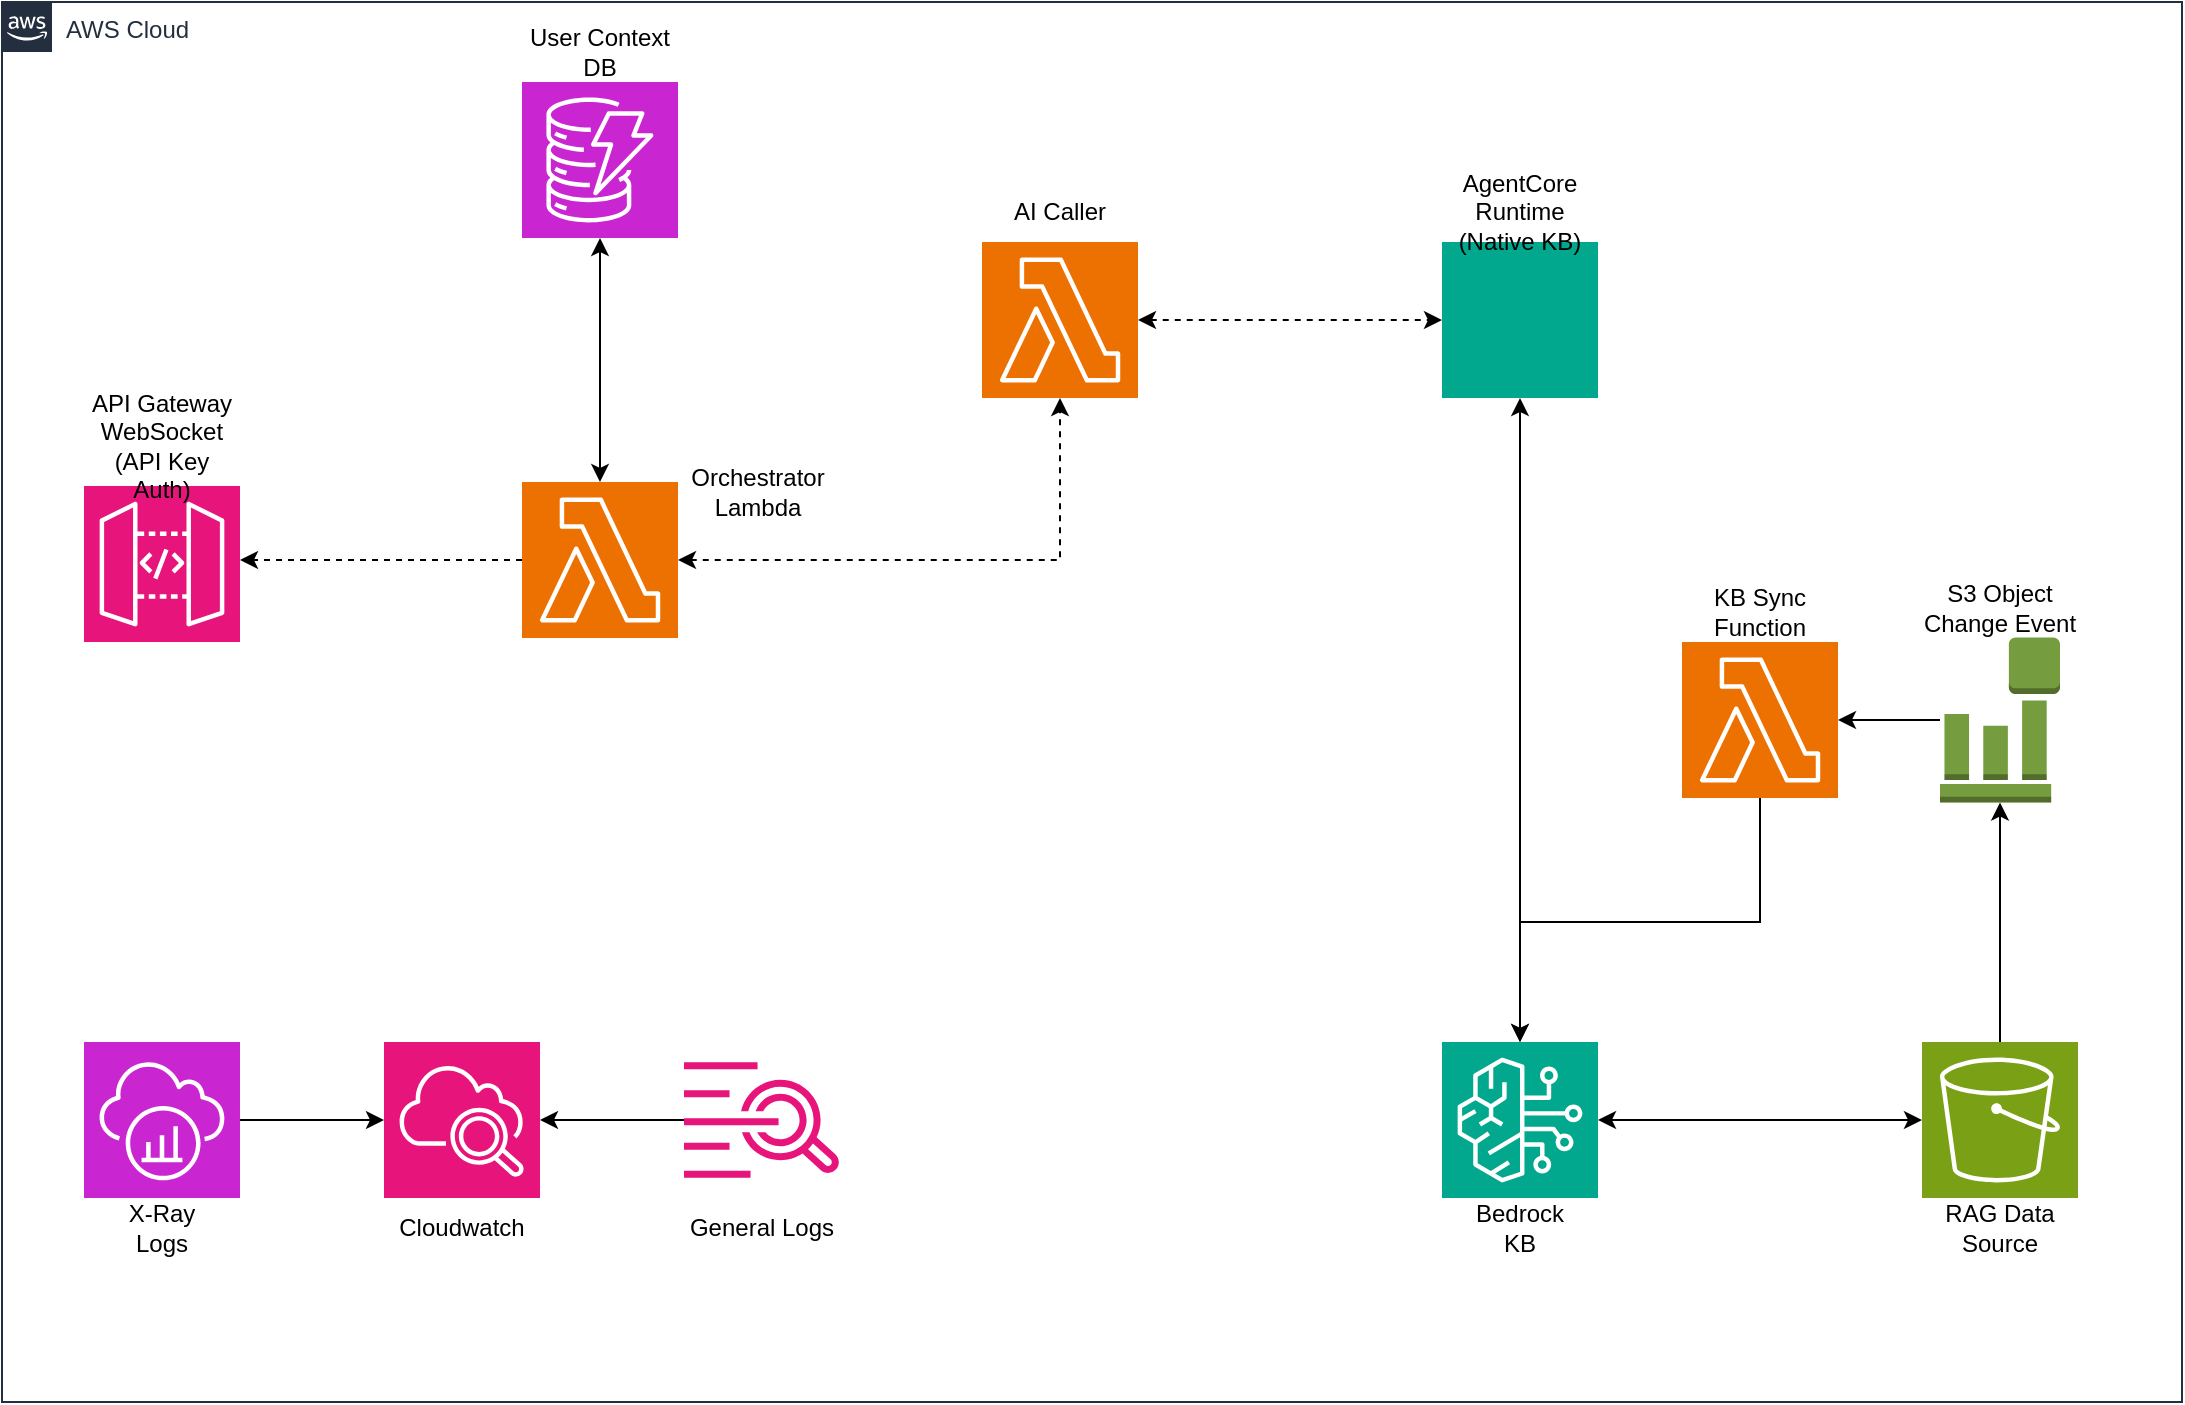
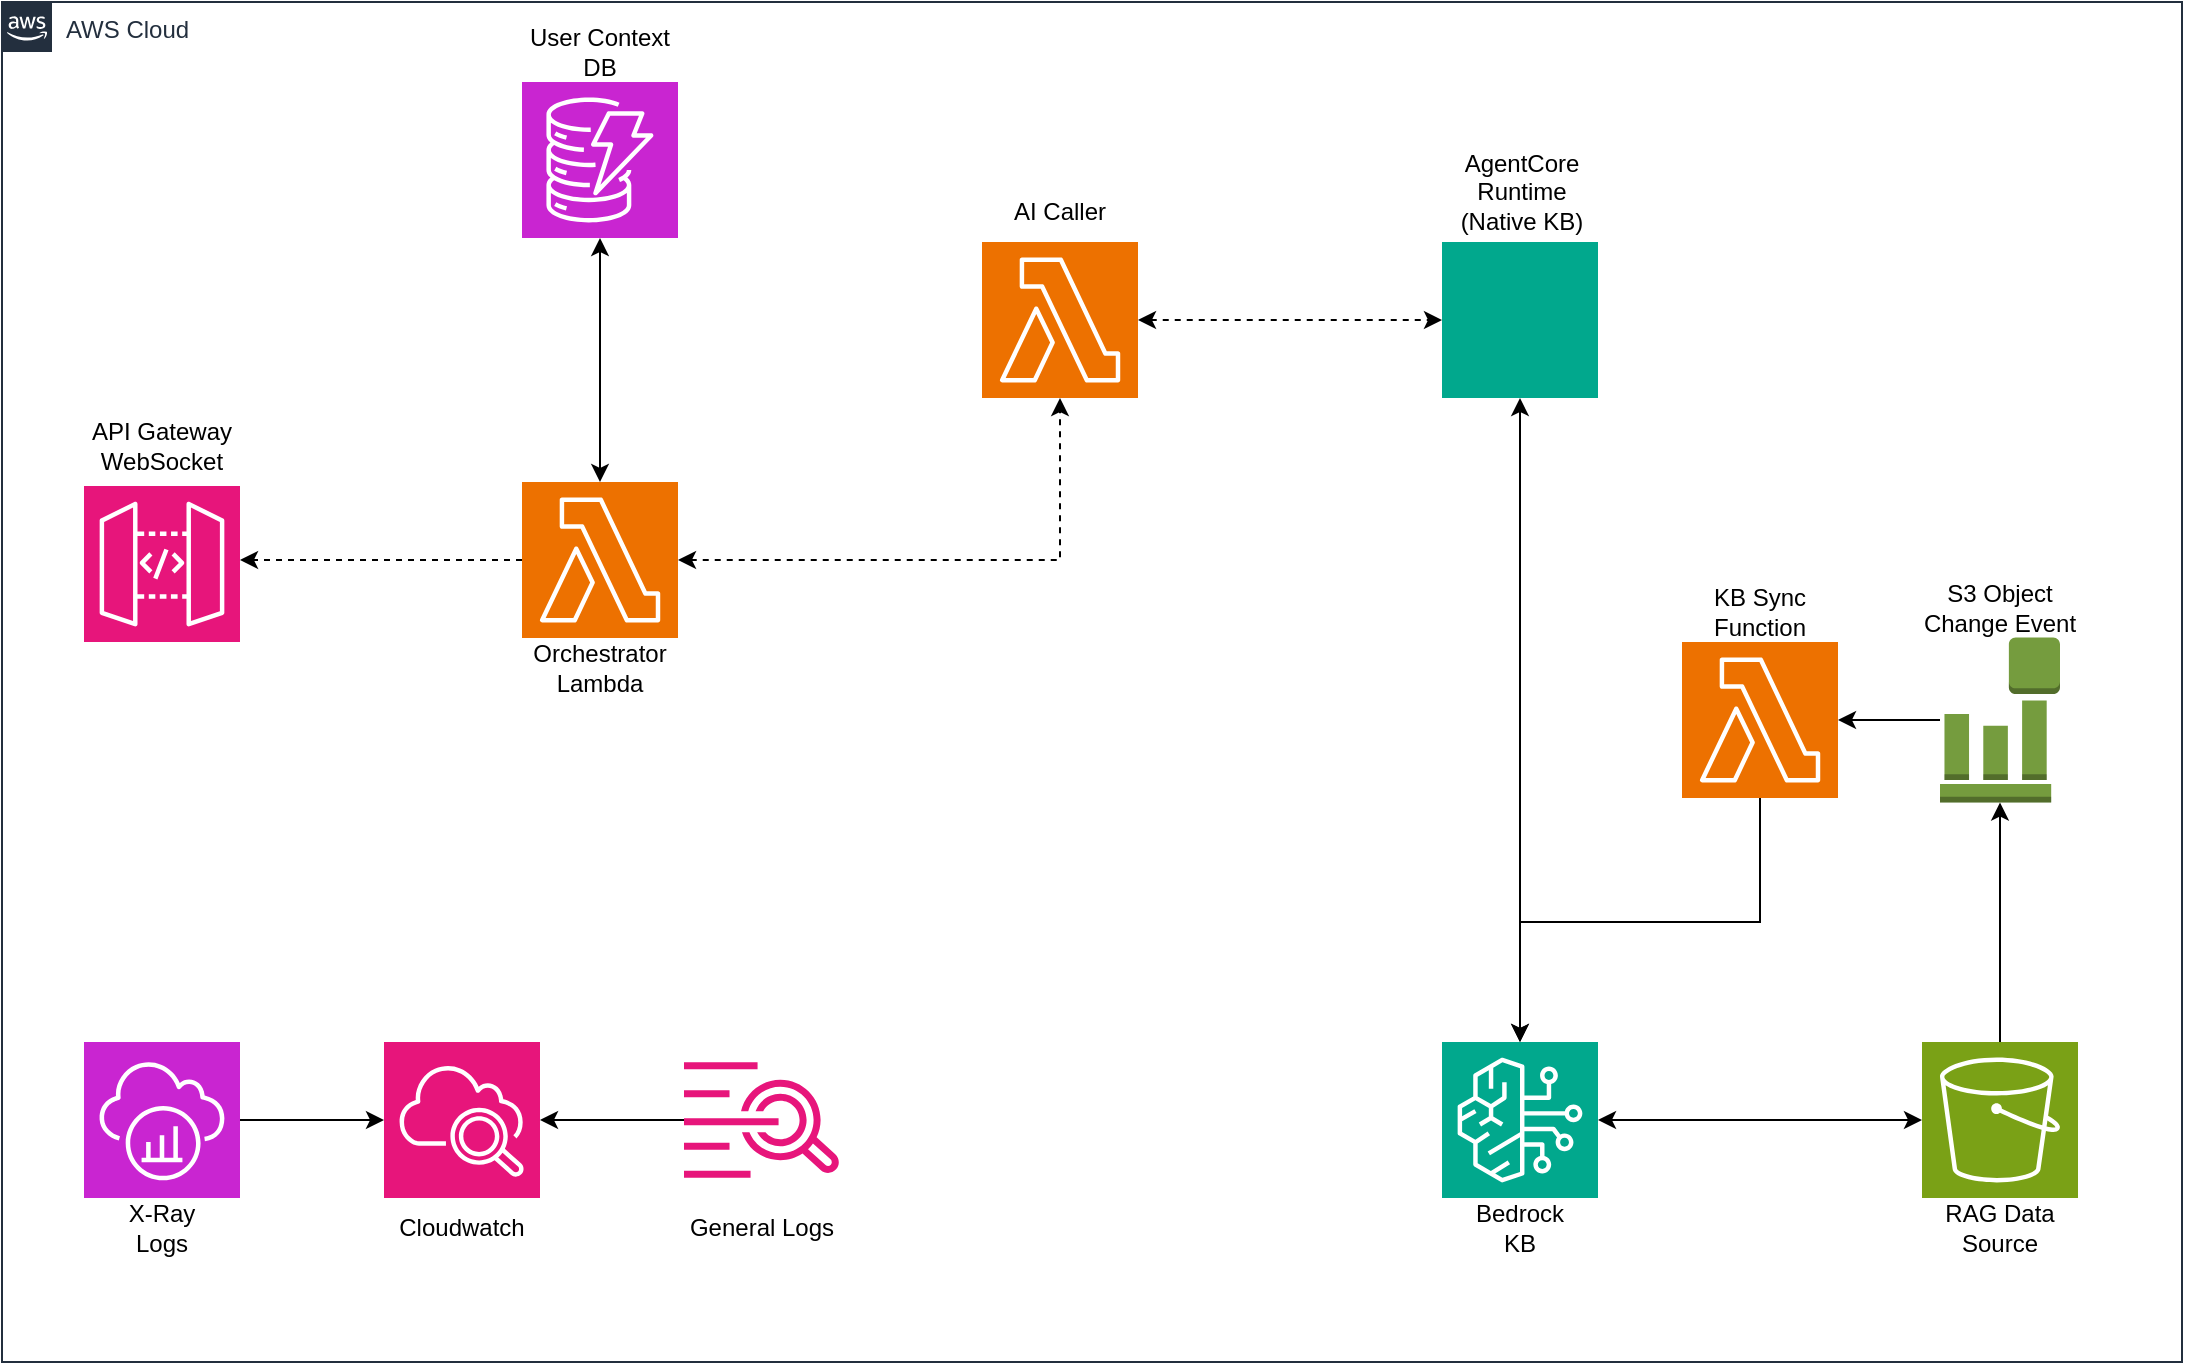
<mxfile host="Electron">
  <diagram name="Página-1" id="agentcore-ws-streaming">
-     <mxGraphModel dx="2553" dy="1069" grid="1" gridSize="10" guides="1" tooltips="1" connect="1" arrows="1" fold="1" page="1" pageScale="1" pageWidth="827" pageHeight="1169" math="0" shadow="0">
+     <mxGraphModel dx="1702" dy="713" grid="1" gridSize="10" guides="1" tooltips="1" connect="1" arrows="1" fold="1" page="1" pageScale="1" pageWidth="827" pageHeight="1169" math="0" shadow="0">
      <root>
        <mxCell id="0" />
        <mxCell id="1" parent="0" />
        <mxCell id="aws-cloud" parent="1" style="points=[[0,0],[0.25,0],[0.5,0],[0.75,0],[1,0],[1,0.25],[1,0.5],[1,0.75],[1,1],[0.75,1],[0.5,1],[0.25,1],[0,1],[0,0.75],[0,0.5],[0,0.25]];outlineConnect=0;gradientColor=none;html=1;whiteSpace=wrap;fontSize=12;fontStyle=0;container=0;pointerEvents=0;collapsible=0;recursiveResize=0;shape=mxgraph.aws4.group;grIcon=mxgraph.aws4.group_aws_cloud_alt;strokeColor=#232F3E;fillColor=none;verticalAlign=top;align=left;spacingLeft=30;fontColor=#232F3E;dashed=0;" value="AWS Cloud" vertex="1">
-           <mxGeometry height="700" width="1090" x="360" y="160" as="geometry" />
+           <mxGeometry height="680" width="1090" x="360" y="160" as="geometry" />
        </mxCell>
        <mxCell id="apigw" parent="1" style="sketch=0;points=[[0,0,0],[0.25,0,0],[0.5,0,0],[0.75,0,0],[1,0,0],[0,1,0],[0.25,1,0],[0.5,1,0],[0.75,1,0],[1,1,0],[0,0.25,0],[0,0.5,0],[0,0.75,0],[1,0.25,0],[1,0.5,0],[1,0.75,0]];outlineConnect=0;fontColor=#232F3E;fillColor=#E7157B;strokeColor=#ffffff;dashed=0;verticalLabelPosition=bottom;verticalAlign=top;align=center;html=1;fontSize=12;fontStyle=0;aspect=fixed;shape=mxgraph.aws4.resourceIcon;resIcon=mxgraph.aws4.api_gateway;" value="" vertex="1">
          <mxGeometry height="78" width="78" x="401" y="402" as="geometry" />
        </mxCell>
-         <mxCell id="apigw-label" parent="1" style="text;html=1;whiteSpace=wrap;strokeColor=none;fillColor=none;align=center;verticalAlign=middle;rounded=0;" value="API Gateway WebSocket&#xa;(API Key Auth)" vertex="1">
+         <mxCell id="apigw-label" parent="1" style="text;html=1;whiteSpace=wrap;strokeColor=none;fillColor=none;align=center;verticalAlign=middle;rounded=0;" value="API Gateway WebSocket" vertex="1">
          <mxGeometry height="40" width="80" x="400" y="362" as="geometry" />
        </mxCell>
        <mxCell id="orchestrator" parent="1" style="sketch=0;points=[[0,0,0],[0.25,0,0],[0.5,0,0],[0.75,0,0],[1,0,0],[0,1,0],[0.25,1,0],[0.5,1,0],[0.75,1,0],[1,1,0],[0,0.25,0],[0,0.5,0],[0,0.75,0],[1,0.25,0],[1,0.5,0],[1,0.75,0]];outlineConnect=0;fontColor=#232F3E;fillColor=#ED7100;strokeColor=#ffffff;dashed=0;verticalLabelPosition=bottom;verticalAlign=top;align=center;html=1;fontSize=12;fontStyle=0;aspect=fixed;shape=mxgraph.aws4.resourceIcon;resIcon=mxgraph.aws4.lambda;" value="" vertex="1">
          <mxGeometry height="78" width="78" x="620" y="400" as="geometry" />
        </mxCell>
        <mxCell id="orchestrator-label" parent="1" style="text;html=1;whiteSpace=wrap;strokeColor=none;fillColor=none;align=center;verticalAlign=middle;rounded=0;" value="Orchestrator Lambda" vertex="1">
-           <mxGeometry height="30" width="80" x="698" y="390" as="geometry" />
+           <mxGeometry height="30" width="80" x="619" y="478" as="geometry" />
        </mxCell>
        <mxCell id="ai-caller" parent="1" style="sketch=0;points=[[0,0,0],[0.25,0,0],[0.5,0,0],[0.75,0,0],[1,0,0],[0,1,0],[0.25,1,0],[0.5,1,0],[0.75,1,0],[1,1,0],[0,0.25,0],[0,0.5,0],[0,0.75,0],[1,0.25,0],[1,0.5,0],[1,0.75,0]];outlineConnect=0;fontColor=#232F3E;fillColor=#ED7100;strokeColor=#ffffff;dashed=0;verticalLabelPosition=bottom;verticalAlign=top;align=center;html=1;fontSize=12;fontStyle=0;aspect=fixed;shape=mxgraph.aws4.resourceIcon;resIcon=mxgraph.aws4.lambda;" value="" vertex="1">
          <mxGeometry height="78" width="78" x="850" y="280" as="geometry" />
        </mxCell>
        <mxCell id="ai-caller-label" parent="1" style="text;html=1;whiteSpace=wrap;strokeColor=none;fillColor=none;align=center;verticalAlign=middle;rounded=0;" value="AI Caller" vertex="1">
          <mxGeometry height="30" width="60" x="859" y="250" as="geometry" />
        </mxCell>
        <mxCell id="agentcore" parent="1" style="sketch=0;points=[[0,0,0],[0.25,0,0],[0.5,0,0],[0.75,0,0],[1,0,0],[0,1,0],[0.25,1,0],[0.5,1,0],[0.75,1,0],[1,1,0],[0,0.25,0],[0,0.5,0],[0,0.75,0],[1,0.25,0],[1,0.5,0],[1,0.75,0]];outlineConnect=0;fontColor=#232F3E;fillColor=#01A88D;strokeColor=#ffffff;dashed=0;verticalLabelPosition=bottom;verticalAlign=top;align=center;html=1;fontSize=12;fontStyle=0;aspect=fixed;shape=mxgraph.aws4.resourceIcon;resIcon=mxgraph.aws4.bedrock_agentcore;" value="" vertex="1">
          <mxGeometry height="78" width="78" x="1080" y="280" as="geometry" />
        </mxCell>
        <mxCell id="agentcore-label" parent="1" style="text;html=1;whiteSpace=wrap;strokeColor=none;fillColor=none;align=center;verticalAlign=middle;rounded=0;" value="AgentCore Runtime&#xa;(Native KB)" vertex="1">
-           <mxGeometry height="30" width="80" x="1079" y="250" as="geometry" />
+           <mxGeometry height="30" width="80" x="1080" y="240" as="geometry" />
        </mxCell>
- 
        <mxCell id="dynamo-context" parent="1" style="sketch=0;points=[[0,0,0],[0.25,0,0],[0.5,0,0],[0.75,0,0],[1,0,0],[0,1,0],[0.25,1,0],[0.5,1,0],[0.75,1,0],[1,1,0],[0,0.25,0],[0,0.5,0],[0,0.75,0],[1,0.25,0],[1,0.5,0],[1,0.75,0]];outlineConnect=0;fontColor=#232F3E;fillColor=#C925D1;strokeColor=#ffffff;dashed=0;verticalLabelPosition=bottom;verticalAlign=top;align=center;html=1;fontSize=12;fontStyle=0;aspect=fixed;shape=mxgraph.aws4.resourceIcon;resIcon=mxgraph.aws4.dynamodb;" value="" vertex="1">
          <mxGeometry height="78" width="78" x="620" y="200" as="geometry" />
        </mxCell>
        <mxCell id="dynamo-context-label" parent="1" style="text;html=1;whiteSpace=wrap;strokeColor=none;fillColor=none;align=center;verticalAlign=middle;rounded=0;" value="User Context DB" vertex="1">
          <mxGeometry height="30" width="80" x="619" y="170" as="geometry" />
        </mxCell>
        <mxCell id="bedrock-kb" parent="1" style="sketch=0;points=[[0,0,0],[0.25,0,0],[0.5,0,0],[0.75,0,0],[1,0,0],[0,1,0],[0.25,1,0],[0.5,1,0],[0.75,1,0],[1,1,0],[0,0.25,0],[0,0.5,0],[0,0.75,0],[1,0.25,0],[1,0.5,0],[1,0.75,0]];outlineConnect=0;fontColor=#232F3E;fillColor=#01A88D;strokeColor=#ffffff;dashed=0;verticalLabelPosition=bottom;verticalAlign=top;align=center;html=1;fontSize=12;fontStyle=0;aspect=fixed;shape=mxgraph.aws4.resourceIcon;resIcon=mxgraph.aws4.bedrock;" value="" vertex="1">
          <mxGeometry height="78" width="78" x="1080" y="680" as="geometry" />
        </mxCell>
        <mxCell id="bedrock-kb-label" parent="1" style="text;html=1;whiteSpace=wrap;strokeColor=none;fillColor=none;align=center;verticalAlign=middle;rounded=0;" value="Bedrock KB" vertex="1">
          <mxGeometry height="30" width="60" x="1089" y="758" as="geometry" />
        </mxCell>
        <mxCell id="s3-rag" parent="1" style="sketch=0;points=[[0,0,0],[0.25,0,0],[0.5,0,0],[0.75,0,0],[1,0,0],[0,1,0],[0.25,1,0],[0.5,1,0],[0.75,1,0],[1,1,0],[0,0.25,0],[0,0.5,0],[0,0.75,0],[1,0.25,0],[1,0.5,0],[1,0.75,0]];outlineConnect=0;fontColor=#232F3E;fillColor=#7AA116;strokeColor=#ffffff;dashed=0;verticalLabelPosition=bottom;verticalAlign=top;align=center;html=1;fontSize=12;fontStyle=0;aspect=fixed;shape=mxgraph.aws4.resourceIcon;resIcon=mxgraph.aws4.s3;" value="" vertex="1">
          <mxGeometry height="78" width="78" x="1320" y="680" as="geometry" />
        </mxCell>
        <mxCell id="s3-rag-label" parent="1" style="text;html=1;whiteSpace=wrap;strokeColor=none;fillColor=none;align=center;verticalAlign=middle;rounded=0;" value="RAG Data Source" vertex="1">
          <mxGeometry height="30" width="80" x="1319" y="758" as="geometry" />
        </mxCell>
        <mxCell id="s3-event" parent="1" style="outlineConnect=0;dashed=0;verticalLabelPosition=bottom;verticalAlign=top;align=center;html=1;shape=mxgraph.aws3.event_event_based;fillColor=#759C3E;gradientColor=none;" value="" vertex="1">
          <mxGeometry height="82.5" width="60" x="1329" y="477.75" as="geometry" />
        </mxCell>
        <mxCell id="s3-event-label" parent="1" style="text;html=1;whiteSpace=wrap;strokeColor=none;fillColor=none;align=center;verticalAlign=middle;rounded=0;" value="S3 Object Change Event" vertex="1">
          <mxGeometry height="30" width="80" x="1319" y="448" as="geometry" />
        </mxCell>
        <mxCell id="kb-sync" parent="1" style="sketch=0;points=[[0,0,0],[0.25,0,0],[0.5,0,0],[0.75,0,0],[1,0,0],[0,1,0],[0.25,1,0],[0.5,1,0],[0.75,1,0],[1,1,0],[0,0.25,0],[0,0.5,0],[0,0.75,0],[1,0.25,0],[1,0.5,0],[1,0.75,0]];outlineConnect=0;fontColor=#232F3E;fillColor=#ED7100;strokeColor=#ffffff;dashed=0;verticalLabelPosition=bottom;verticalAlign=top;align=center;html=1;fontSize=12;fontStyle=0;aspect=fixed;shape=mxgraph.aws4.resourceIcon;resIcon=mxgraph.aws4.lambda;" value="" vertex="1">
          <mxGeometry height="78" width="78" x="1200" y="480" as="geometry" />
        </mxCell>
        <mxCell id="kb-sync-label" parent="1" style="text;html=1;whiteSpace=wrap;strokeColor=none;fillColor=none;align=center;verticalAlign=middle;rounded=0;" value="KB Sync Function" vertex="1">
          <mxGeometry height="30" width="80" x="1199" y="450" as="geometry" />
        </mxCell>
        <mxCell id="cloudwatch" parent="1" style="sketch=0;points=[[0,0,0],[0.25,0,0],[0.5,0,0],[0.75,0,0],[1,0,0],[0,1,0],[0.25,1,0],[0.5,1,0],[0.75,1,0],[1,1,0],[0,0.25,0],[0,0.5,0],[0,0.75,0],[1,0.25,0],[1,0.5,0],[1,0.75,0]];outlineConnect=0;fontColor=#232F3E;fillColor=#E7157B;strokeColor=#ffffff;dashed=0;verticalLabelPosition=bottom;verticalAlign=top;align=center;html=1;fontSize=12;fontStyle=0;aspect=fixed;shape=mxgraph.aws4.resourceIcon;resIcon=mxgraph.aws4.cloudwatch_2;" value="" vertex="1">
          <mxGeometry height="78" width="78" x="551" y="680" as="geometry" />
        </mxCell>
        <mxCell id="cloudwatch-label" parent="1" style="text;html=1;whiteSpace=wrap;strokeColor=none;fillColor=none;align=center;verticalAlign=middle;rounded=0;" value="Cloudwatch" vertex="1">
          <mxGeometry height="30" width="72" x="554" y="758" as="geometry" />
        </mxCell>
        <mxCell id="xray" parent="1" style="sketch=0;points=[[0,0,0],[0.25,0,0],[0.5,0,0],[0.75,0,0],[1,0,0],[0,1,0],[0.25,1,0],[0.5,1,0],[0.75,1,0],[1,1,0],[0,0.25,0],[0,0.5,0],[0,0.75,0],[1,0.25,0],[1,0.5,0],[1,0.75,0]];outlineConnect=0;fontColor=#232F3E;fillColor=#C925D1;strokeColor=#ffffff;dashed=0;verticalLabelPosition=bottom;verticalAlign=top;align=center;html=1;fontSize=12;fontStyle=0;aspect=fixed;shape=mxgraph.aws4.resourceIcon;resIcon=mxgraph.aws4.xray;" value="" vertex="1">
          <mxGeometry height="78" width="78" x="401" y="680" as="geometry" />
        </mxCell>
        <mxCell id="xray-label" parent="1" style="text;html=1;whiteSpace=wrap;strokeColor=none;fillColor=none;align=center;verticalAlign=middle;rounded=0;" value="X-Ray Logs" vertex="1">
          <mxGeometry height="30" width="60" x="410" y="758" as="geometry" />
        </mxCell>
        <mxCell id="cw-logs" parent="1" style="sketch=0;outlineConnect=0;fontColor=#232F3E;gradientColor=none;fillColor=#E7157B;strokeColor=none;dashed=0;verticalLabelPosition=bottom;verticalAlign=top;align=center;html=1;fontSize=12;fontStyle=0;aspect=fixed;pointerEvents=1;shape=mxgraph.aws4.cloudwatch_logs;" value="" vertex="1">
          <mxGeometry height="58" width="78" x="701" y="690" as="geometry" />
        </mxCell>
        <mxCell id="cw-logs-label" parent="1" style="text;html=1;whiteSpace=wrap;strokeColor=none;fillColor=none;align=center;verticalAlign=middle;rounded=0;" value="General Logs" vertex="1">
          <mxGeometry height="30" width="80" x="700" y="758" as="geometry" />
        </mxCell>
        <mxCell id="e4" edge="1" parent="1" source="orchestrator" style="edgeStyle=orthogonalEdgeStyle;rounded=0;orthogonalLoop=1;jettySize=auto;html=1;startArrow=classic;startFill=1;dashed=1;" target="ai-caller">
          <mxGeometry relative="1" as="geometry" />
        </mxCell>
        <mxCell id="e5" edge="1" parent="1" source="ai-caller" style="edgeStyle=orthogonalEdgeStyle;rounded=0;orthogonalLoop=1;jettySize=auto;html=1;startArrow=classic;startFill=1;dashed=1;" target="agentcore">
          <mxGeometry relative="1" as="geometry" />
        </mxCell>
        <mxCell id="e6" edge="1" parent="1" source="agentcore" style="edgeStyle=orthogonalEdgeStyle;rounded=0;orthogonalLoop=1;jettySize=auto;html=1;startArrow=classic;startFill=1;" target="bedrock-kb">
          <mxGeometry relative="1" as="geometry" />
        </mxCell>
        <mxCell id="e8" edge="1" parent="1" source="bedrock-kb" style="edgeStyle=orthogonalEdgeStyle;rounded=0;orthogonalLoop=1;jettySize=auto;html=1;startArrow=classic;startFill=1;" target="s3-rag">
          <mxGeometry relative="1" as="geometry" />
        </mxCell>
        <mxCell id="e9" edge="1" parent="1" source="s3-event" style="edgeStyle=orthogonalEdgeStyle;rounded=0;orthogonalLoop=1;jettySize=auto;html=1;" target="kb-sync">
          <mxGeometry relative="1" as="geometry" />
        </mxCell>
        <mxCell id="e10" edge="1" parent="1" source="kb-sync" style="edgeStyle=orthogonalEdgeStyle;rounded=0;orthogonalLoop=1;jettySize=auto;html=1;" target="bedrock-kb">
          <mxGeometry relative="1" as="geometry">
            <Array as="points">
              <mxPoint x="1239" y="620" />
              <mxPoint x="1119" y="620" />
            </Array>
          </mxGeometry>
        </mxCell>
        <mxCell id="e11" edge="1" parent="1" source="s3-rag" style="edgeStyle=orthogonalEdgeStyle;rounded=0;orthogonalLoop=1;jettySize=auto;html=1;" target="s3-event">
          <mxGeometry relative="1" as="geometry" />
        </mxCell>
        <mxCell id="e12" edge="1" parent="1" source="orchestrator" style="edgeStyle=orthogonalEdgeStyle;rounded=0;orthogonalLoop=1;jettySize=auto;html=1;startArrow=classic;startFill=1;" target="dynamo-context">
          <mxGeometry relative="1" as="geometry" />
        </mxCell>
        <mxCell id="e14" edge="1" parent="1" source="orchestrator" style="edgeStyle=orthogonalEdgeStyle;rounded=0;orthogonalLoop=1;jettySize=auto;html=1;dashed=1;" target="apigw">
          <mxGeometry relative="1" as="geometry">
            <Array as="points">
              <mxPoint x="450" y="439" />
              <mxPoint x="450" y="439" />
            </Array>
          </mxGeometry>
        </mxCell>
        <mxCell id="e17" edge="1" parent="1" source="xray" style="edgeStyle=orthogonalEdgeStyle;rounded=0;orthogonalLoop=1;jettySize=auto;html=1;" target="cloudwatch">
          <mxGeometry relative="1" as="geometry" />
        </mxCell>
        <mxCell id="e18" edge="1" parent="1" source="cw-logs" style="edgeStyle=orthogonalEdgeStyle;rounded=0;orthogonalLoop=1;jettySize=auto;html=1;" target="cloudwatch">
          <mxGeometry relative="1" as="geometry" />
        </mxCell>
      </root>
    </mxGraphModel>
  </diagram>
</mxfile>
